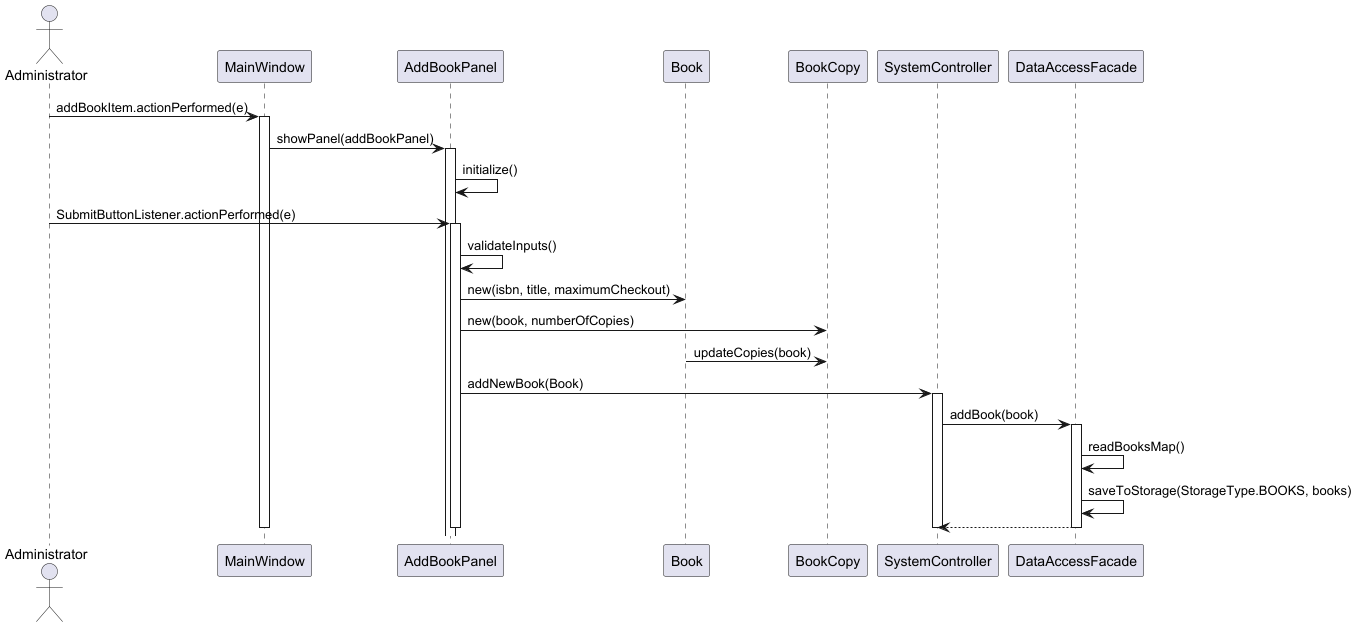
Before: src/uml/seq1-opt.png, a diagram exported from PlantUML (mohammed-almassri/LibraryGroupD).
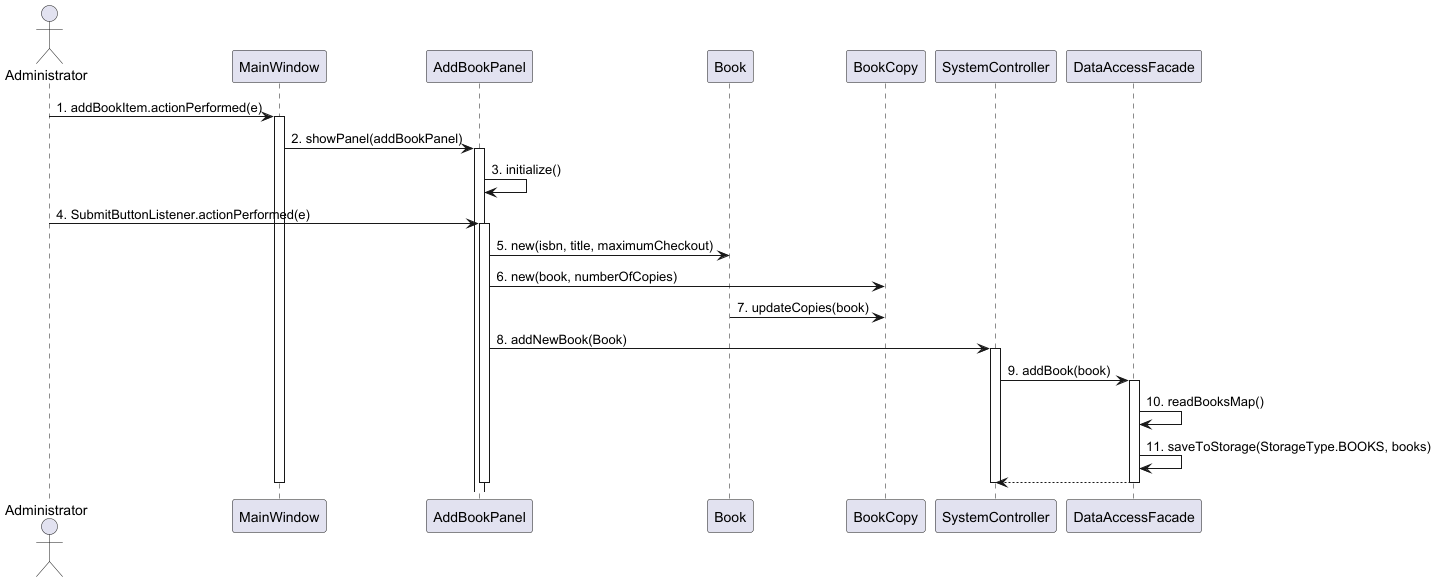
The same file after the commit.

Commit message:
add new seq1-opt image

Change to the diagram source:
```diff
@@ -1,33 +1,31 @@
 @startuml
 actor Administrator
 
-Administrator -> MainWindow : addBookItem.actionPerformed(e)
+Administrator -> MainWindow : 1. addBookItem.actionPerformed(e)
 activate MainWindow
 
-MainWindow -> AddBookPanel : showPanel(addBookPanel)
+MainWindow -> AddBookPanel : 2. showPanel(addBookPanel)
 activate AddBookPanel
 
-AddBookPanel -> AddBookPanel : initialize()
+AddBookPanel -> AddBookPanel : 3. initialize()
 
-Administrator -> AddBookPanel : SubmitButtonListener.actionPerformed(e)
+Administrator -> AddBookPanel : 4. SubmitButtonListener.actionPerformed(e)
 activate AddBookPanel
 
-AddBookPanel -> AddBookPanel : validateInputs()
+AddBookPanel -> Book : 5. new(isbn, title, maximumCheckout)
 
-AddBookPanel -> Book : new(isbn, title, maximumCheckout)
+AddBookPanel -> BookCopy : 6. new(book, numberOfCopies)
 
-AddBookPanel -> BookCopy : new(book, numberOfCopies)
+Book -> BookCopy: 7. updateCopies(book)
 
-Book -> BookCopy: updateCopies(book)
-
-AddBookPanel -> SystemController : addNewBook(Book)
+AddBookPanel -> SystemController : 8. addNewBook(Book)
 activate SystemController
 
-SystemController -> DataAccessFacade : addBook(book)
+SystemController -> DataAccessFacade : 9. addBook(book)
 activate DataAccessFacade
 
-DataAccessFacade -> DataAccessFacade : readBooksMap()
-DataAccessFacade -> DataAccessFacade : saveToStorage(StorageType.BOOKS, books)
+DataAccessFacade -> DataAccessFacade : 10. readBooksMap()
+DataAccessFacade -> DataAccessFacade : 11. saveToStorage(StorageType.BOOKS, books)
 
 return
 
```
